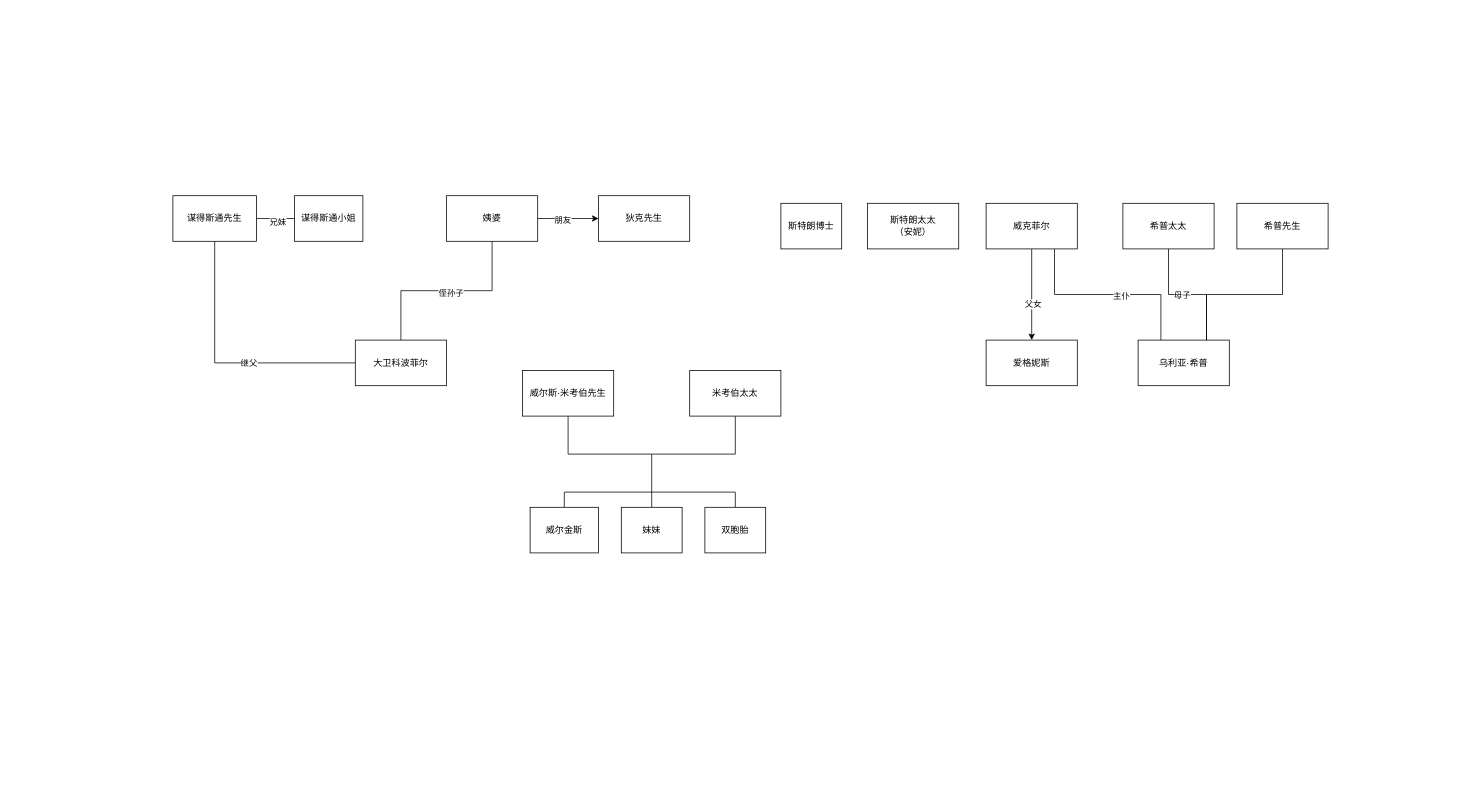
liuzwei/note keeps this draw.io diagram as draw/大卫科波菲尔.drawio. Above is the earlier version. Source tidied: cells renumbered, new cells numbered last; positions are measured from the earlier drawing's top-left corner, leaving out a move shared by most shapes. Both pictures are drawn from the tidied source at 76%, with x=0, y=0 at pixel (173, 195).
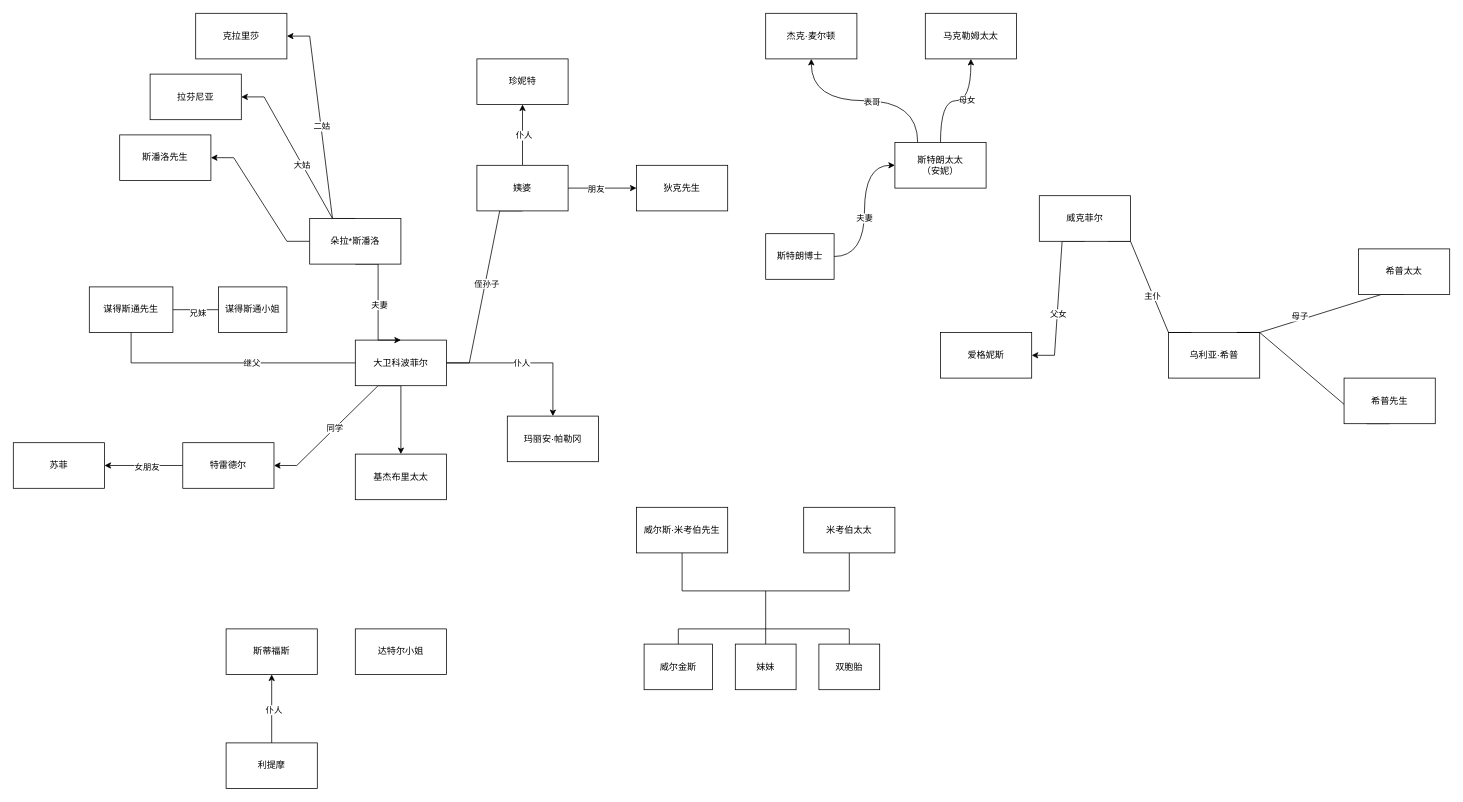
The same diagram, later.

Unchanged cells that the change refers to:
```xml
<mxCell id="5" value="大卫科波菲尔" style="rounded=0;whiteSpace=wrap;html=1;" parent="1" vertex="1">
  <mxGeometry x="240" y="190" width="120" height="60" as="geometry" />
</mxCell>
```

Change to the diagram source:
```diff
@@
     <mxCell id="2" value="狄克先生" style="rounded=0;whiteSpace=wrap;html=1;" parent="1" vertex="1">
-      <mxGeometry x="560" width="120" height="60" as="geometry" />
+      <mxGeometry x="610" y="-40" width="120" height="60" as="geometry" />
     </mxCell>
+    <mxCell id="38" style="edgeStyle=orthogonalEdgeStyle;rounded=0;jettySize=auto;html=1;exitX=1;exitY=0.5;exitDx=0;exitDy=0;entryX=0;entryY=0.5;entryDx=0;entryDy=0;curved=1;" parent="1" edge="1" source="3" target="4">
+      <mxGeometry relative="1" as="geometry" />
+    </mxCell>
+    <mxCell id="39" value="夫妻" style="edgeLabel;html=1;align=center;verticalAlign=middle;" parent="38" vertex="1">
+      <mxGeometry x="-0.09" y="1" relative="1" as="geometry" />
+    </mxCell>
     <mxCell id="3" value="斯特朗博士" style="rounded=0;whiteSpace=wrap;html=1;" parent="1" vertex="1">
-      <mxGeometry x="800" y="10" width="80" height="60" as="geometry" />
+      <mxGeometry x="780" y="50" width="90" height="60" as="geometry" />
     </mxCell>
+    <mxCell id="40" style="edgeStyle=orthogonalEdgeStyle;rounded=0;jettySize=auto;html=1;entryX=0.5;entryY=1;entryDx=0;entryDy=0;elbow=vertical;curved=1;" parent="1" edge="1" source="4" target="52">
+      <mxGeometry relative="1" as="geometry" />
+    </mxCell>
+    <mxCell id="41" value="母女" style="edgeLabel;html=1;align=center;verticalAlign=middle;" parent="40" vertex="1">
+      <mxGeometry x="0.19" y="1" relative="1" as="geometry" />
+    </mxCell>
+    <mxCell id="42" style="edgeStyle=orthogonalEdgeStyle;rounded=0;jettySize=auto;html=1;exitX=0.25;exitY=0;exitDx=0;exitDy=0;entryX=0.5;entryY=1;entryDx=0;entryDy=0;curved=1;" parent="1" edge="1" source="4" target="51">
+      <mxGeometry relative="1" as="geometry" />
+    </mxCell>
+    <mxCell id="43" value="表哥" style="edgeLabel;html=1;align=center;verticalAlign=middle;" parent="42" vertex="1">
+      <mxGeometry x="-0.07" y="1" relative="1" as="geometry" />
+    </mxCell>
     <mxCell id="4" value="斯特朗太太&lt;div&gt;（安妮）&lt;/div&gt;" style="rounded=0;whiteSpace=wrap;html=1;" parent="1" vertex="1">
-      <mxGeometry x="914" y="10" width="120" height="60" as="geometry" />
+      <mxGeometry x="950" y="-70" width="120" height="60" as="geometry" />
     </mxCell>
+    <mxCell id="44" style="edgeStyle=entityRelationEdgeStyle;rounded=0;jettySize=auto;html=1;exitX=0.5;exitY=1;exitDx=0;exitDy=0;" parent="1" edge="1" source="5" target="55">
+      <mxGeometry relative="1" as="geometry" />
+    </mxCell>
+    <mxCell id="45" value="同学" style="edgeLabel;html=1;align=center;verticalAlign=middle;" parent="44" vertex="1">
+      <mxGeometry x="0.05" y="-1" relative="1" as="geometry" />
+    </mxCell>
+    <mxCell id="46" style="edgeStyle=orthogonalEdgeStyle;rounded=0;jettySize=auto;html=1;" parent="1" edge="1" source="5" target="69">
+      <mxGeometry relative="1" as="geometry" />
+    </mxCell>
+    <mxCell id="47" value="仆人" style="edgeLabel;html=1;align=center;verticalAlign=middle;" parent="46" vertex="1">
+      <mxGeometry x="-0.07" y="1" relative="1" as="geometry" />
+    </mxCell>
+    <mxCell id="48" style="edgeStyle=orthogonalEdgeStyle;rounded=0;jettySize=auto;html=1;" parent="1" edge="1" source="5" target="70">
+      <mxGeometry relative="1" as="geometry" />
+    </mxCell>
@@
     <mxCell id="6" value="爱格妮斯" style="whiteSpace=wrap;html=1;rounded=0;" parent="1" vertex="1">
-      <mxGeometry x="1070" y="190" width="120" height="60" as="geometry" />
+      <mxGeometry x="1010" y="180" width="120" height="60" as="geometry" />
     </mxCell>
     <mxCell id="7" value="乌利亚·希普" style="rounded=0;whiteSpace=wrap;html=1;" parent="1" vertex="1">
-      <mxGeometry x="1270" y="190" width="120" height="60" as="geometry" />
+      <mxGeometry x="1310" y="180" width="120" height="60" as="geometry" />
     </mxCell>
@@
-    <mxCell id="10" style="edgeStyle=orthogonalEdgeStyle;rounded=0;jettySize=auto;html=1;exitX=0.5;exitY=1;exitDx=0;exitDy=0;endArrow=none;endFill=0;" parent="1" edge="1" source="12" target="5">
+    <mxCell id="10" style="edgeStyle=entityRelationEdgeStyle;rounded=0;jettySize=auto;html=1;exitX=0.5;exitY=1;exitDx=0;exitDy=0;endArrow=none;endFill=0;" parent="1" edge="1" source="12" target="5">
       <mxGeometry relative="1" as="geometry" />
     </mxCell>
@@
+    <mxCell id="49" style="edgeStyle=orthogonalEdgeStyle;rounded=0;jettySize=auto;html=1;" parent="1" edge="1" source="12" target="68">
+      <mxGeometry relative="1" as="geometry" />
+    </mxCell>
+    <mxCell id="50" value="仆人" style="edgeLabel;html=1;align=center;verticalAlign=middle;" parent="49" vertex="1">
+      <mxGeometry y="-1" relative="1" as="geometry" />
+    </mxCell>
     <mxCell id="12" value="姨婆" style="rounded=0;whiteSpace=wrap;html=1;" parent="1" vertex="1">
-      <mxGeometry x="360" width="120" height="60" as="geometry" />
+      <mxGeometry x="400" y="-40" width="120" height="60" as="geometry" />
     </mxCell>
-    <mxCell id="13" style="edgeStyle=orthogonalEdgeStyle;rounded=0;jettySize=auto;html=1;exitX=0.75;exitY=1;exitDx=0;exitDy=0;entryX=0.25;entryY=0;entryDx=0;entryDy=0;endArrow=none;endFill=0;" parent="1" edge="1" source="17" target="7">
+    <mxCell id="13" style="edgeStyle=entityRelationEdgeStyle;rounded=0;jettySize=auto;html=1;exitX=0.75;exitY=1;exitDx=0;exitDy=0;entryX=0.25;entryY=0;entryDx=0;entryDy=0;endArrow=none;endFill=0;" parent="1" edge="1" source="17" target="7">
       <mxGeometry relative="1" as="geometry" />
     </mxCell>
@@
-    <mxCell id="15" style="edgeStyle=orthogonalEdgeStyle;rounded=0;jettySize=auto;html=1;exitX=0.5;exitY=1;exitDx=0;exitDy=0;" parent="1" edge="1" source="17" target="6">
+    <mxCell id="15" style="edgeStyle=entityRelationEdgeStyle;rounded=0;jettySize=auto;html=1;exitX=0.5;exitY=1;exitDx=0;exitDy=0;" parent="1" edge="1" source="17" target="6">
       <mxGeometry relative="1" as="geometry" />
     </mxCell>
@@
     <mxCell id="17" value="威克菲尔" style="rounded=0;whiteSpace=wrap;html=1;" parent="1" vertex="1">
-      <mxGeometry x="1070" y="10" width="120" height="60" as="geometry" />
+      <mxGeometry x="1140" width="120" height="60" as="geometry" />
     </mxCell>
-    <mxCell id="18" style="edgeStyle=orthogonalEdgeStyle;rounded=0;jettySize=auto;html=1;exitX=0.5;exitY=1;exitDx=0;exitDy=0;entryX=0.75;entryY=0;entryDx=0;entryDy=0;endArrow=none;endFill=0;" parent="1" edge="1" source="20" target="7">
+    <mxCell id="18" style="edgeStyle=entityRelationEdgeStyle;rounded=0;jettySize=auto;html=1;exitX=0.5;exitY=1;exitDx=0;exitDy=0;entryX=0.75;entryY=0;entryDx=0;entryDy=0;endArrow=none;endFill=0;" parent="1" edge="1" source="20" target="7">
       <mxGeometry relative="1" as="geometry" />
     </mxCell>
@@
     <mxCell id="20" value="希普太太" style="rounded=0;whiteSpace=wrap;html=1;" parent="1" vertex="1">
-      <mxGeometry x="1250" y="10" width="120" height="60" as="geometry" />
+      <mxGeometry x="1560" y="70" width="120" height="60" as="geometry" />
     </mxCell>
-    <mxCell id="21" style="edgeStyle=orthogonalEdgeStyle;rounded=0;jettySize=auto;html=1;exitX=0.5;exitY=1;exitDx=0;exitDy=0;entryX=0.75;entryY=0;entryDx=0;entryDy=0;endArrow=none;endFill=0;" parent="1" edge="1" source="22" target="7">
+    <mxCell id="21" style="edgeStyle=entityRelationEdgeStyle;rounded=0;jettySize=auto;html=1;exitX=0.5;exitY=1;exitDx=0;exitDy=0;entryX=0.75;entryY=0;entryDx=0;entryDy=0;endArrow=none;endFill=0;" parent="1" edge="1" source="22" target="7">
       <mxGeometry relative="1" as="geometry" />
     </mxCell>
     <mxCell id="22" value="希普先生" style="rounded=0;whiteSpace=wrap;html=1;" parent="1" vertex="1">
-      <mxGeometry x="1400" y="10" width="120" height="60" as="geometry" />
+      <mxGeometry x="1541" y="240" width="120" height="60" as="geometry" />
     </mxCell>
@@
     <mxCell id="27" value="谋得斯通先生" style="rounded=0;whiteSpace=wrap;html=1;" parent="1" vertex="1">
-      <mxGeometry width="110" height="60" as="geometry" />
+      <mxGeometry x="-110" y="120" width="110" height="60" as="geometry" />
     </mxCell>
     <mxCell id="28" value="谋得斯通小姐" style="rounded=0;whiteSpace=wrap;html=1;" parent="1" vertex="1">
-      <mxGeometry x="160" width="90" height="60" as="geometry" />
+      <mxGeometry x="60" y="120" width="90" height="60" as="geometry" />
     </mxCell>
     <mxCell id="29" style="group;" parent="1" vertex="1">
-      <mxGeometry x="460" y="230" width="340" height="240" as="geometry" />
+      <mxGeometry x="610" y="410" width="340" height="240" as="geometry" />
     </mxCell>
@@
+    <mxCell id="51" value="杰克·麦尔顿" style="rounded=0;whiteSpace=wrap;html=1;" parent="1" vertex="1">
+      <mxGeometry x="780" y="-240" width="120" height="60" as="geometry" />
+    </mxCell>
+    <mxCell id="52" value="马克勒姆太太" style="rounded=0;whiteSpace=wrap;html=1;" parent="1" vertex="1">
+      <mxGeometry x="990" y="-240" width="120" height="60" as="geometry" />
+    </mxCell>
+    <mxCell id="53" style="edgeStyle=orthogonalEdgeStyle;rounded=0;jettySize=auto;html=1;" parent="1" edge="1" source="55" target="67">
+      <mxGeometry relative="1" as="geometry" />
+    </mxCell>
+    <mxCell id="54" value="女朋友" style="edgeLabel;html=1;align=center;verticalAlign=middle;" parent="53" vertex="1">
+      <mxGeometry x="-0.07" y="1" relative="1" as="geometry" />
+    </mxCell>
+    <mxCell id="55" value="特雷德尔" style="rounded=0;whiteSpace=wrap;html=1;" parent="1" vertex="1">
+      <mxGeometry x="13" y="325" width="120" height="60" as="geometry" />
+    </mxCell>
+    <mxCell id="56" style="edgeStyle=entityRelationEdgeStyle;rounded=0;jettySize=auto;html=1;exitX=0.5;exitY=0;exitDx=0;exitDy=0;entryX=1;entryY=0.5;entryDx=0;entryDy=0;" parent="1" edge="1" source="63" target="64">
+      <mxGeometry relative="1" as="geometry" />
+    </mxCell>
+    <mxCell id="57" value="大姑" style="edgeLabel;html=1;align=center;verticalAlign=middle;" parent="56" vertex="1">
+      <mxGeometry x="-0.09" y="1" relative="1" as="geometry" />
+    </mxCell>
+    <mxCell id="58" style="edgeStyle=entityRelationEdgeStyle;rounded=0;jettySize=auto;html=1;exitX=0.5;exitY=0;exitDx=0;exitDy=0;entryX=1;entryY=0.5;entryDx=0;entryDy=0;" parent="1" edge="1" source="63" target="65">
+      <mxGeometry relative="1" as="geometry" />
+    </mxCell>
+    <mxCell id="59" value="二姑" style="edgeLabel;html=1;align=center;verticalAlign=middle;" parent="58" vertex="1">
+      <mxGeometry x="0.01" y="-1" relative="1" as="geometry" />
+    </mxCell>
+    <mxCell id="60" style="edgeStyle=entityRelationEdgeStyle;rounded=0;jettySize=auto;html=1;" parent="1" edge="1" source="63" target="66">
+      <mxGeometry relative="1" as="geometry" />
+    </mxCell>
+    <mxCell id="61" style="edgeStyle=entityRelationEdgeStyle;rounded=0;jettySize=auto;html=1;exitX=0.5;exitY=1;exitDx=0;exitDy=0;entryX=0.5;entryY=0;entryDx=0;entryDy=0;" parent="1" edge="1" source="63" target="5">
+      <mxGeometry relative="1" as="geometry" />
+    </mxCell>
+    <mxCell id="62" value="夫妻" style="edgeLabel;html=1;align=center;verticalAlign=middle;" parent="61" vertex="1">
+      <mxGeometry x="0.04" y="1" relative="1" as="geometry" />
+    </mxCell>
+    <mxCell id="63" value="朵拉*斯潘洛" style="rounded=0;whiteSpace=wrap;html=1;" parent="1" vertex="1">
+      <mxGeometry x="180" y="30" width="120" height="60" as="geometry" />
+    </mxCell>
+    <mxCell id="64" value="拉芬尼亚" style="rounded=0;whiteSpace=wrap;html=1;" parent="1" vertex="1">
+      <mxGeometry x="-30" y="-160" width="120" height="60" as="geometry" />
+    </mxCell>
+    <mxCell id="65" value="克拉里莎" style="rounded=0;whiteSpace=wrap;html=1;" parent="1" vertex="1">
+      <mxGeometry x="30" y="-240" width="120" height="60" as="geometry" />
+    </mxCell>
+    <mxCell id="66" value="斯潘洛先生" style="rounded=0;whiteSpace=wrap;html=1;" parent="1" vertex="1">
+      <mxGeometry x="-70" y="-80" width="120" height="60" as="geometry" />
+    </mxCell>
+    <mxCell id="67" value="苏菲" style="rounded=0;whiteSpace=wrap;html=1;" parent="1" vertex="1">
+      <mxGeometry x="-210" y="325" width="120" height="60" as="geometry" />
+    </mxCell>
+    <mxCell id="68" value="珍妮特" style="rounded=0;whiteSpace=wrap;html=1;" parent="1" vertex="1">
+      <mxGeometry x="400" y="-180" width="120" height="60" as="geometry" />
+    </mxCell>
+    <mxCell id="69" value="玛丽安·帕勒冈" style="rounded=0;whiteSpace=wrap;html=1;" parent="1" vertex="1">
+      <mxGeometry x="440" y="290" width="120" height="60" as="geometry" />
+    </mxCell>
+    <mxCell id="70" value="基杰布里太太" style="rounded=0;whiteSpace=wrap;html=1;" parent="1" vertex="1">
+      <mxGeometry x="240" y="340" width="120" height="60" as="geometry" />
+    </mxCell>
+    <mxCell id="71" value="斯蒂福斯" style="rounded=0;whiteSpace=wrap;html=1;" parent="1" vertex="1">
+      <mxGeometry x="70" y="570" width="120" height="60" as="geometry" />
+    </mxCell>
+    <mxCell id="72" value="达特尔小姐" style="rounded=0;whiteSpace=wrap;html=1;" parent="1" vertex="1">
+      <mxGeometry x="240" y="570" width="120" height="60" as="geometry" />
+    </mxCell>
+    <mxCell id="73" style="edgeStyle=orthogonalEdgeStyle;rounded=0;jettySize=auto;html=1;exitX=0.5;exitY=0;exitDx=0;exitDy=0;entryX=0.5;entryY=1;entryDx=0;entryDy=0;" parent="1" edge="1" source="75" target="71">
+      <mxGeometry relative="1" as="geometry" />
+    </mxCell>
+    <mxCell id="74" value="仆人" style="edgeLabel;html=1;align=center;verticalAlign=middle;" parent="73" vertex="1">
+      <mxGeometry x="-0.03" y="-2" relative="1" as="geometry" />
+    </mxCell>
+    <mxCell id="75" value="利提摩" style="rounded=0;whiteSpace=wrap;html=1;" parent="1" vertex="1">
+      <mxGeometry x="70" y="720" width="120" height="60" as="geometry" />
+    </mxCell>
```
